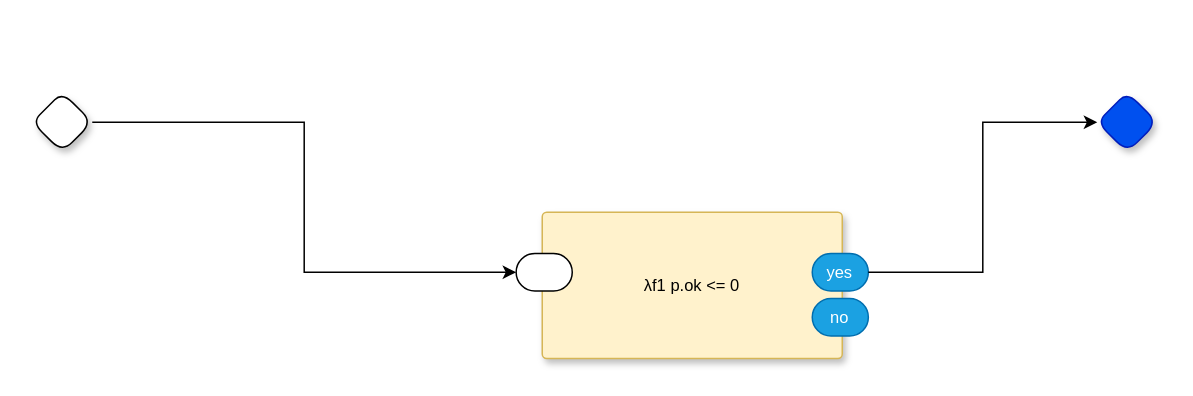
Above: small-test.drawio in guitarvydas/gen0d (draw.io), before the change. Source tidied: cells renumbered, new cells numbered last; positions are measured from the earlier drawing's top-left corner, leaving out a move shared by most shapes. Both pictures are drawn from the tidied source at 150%, with x=0, y=0 at pixel (32, 92).
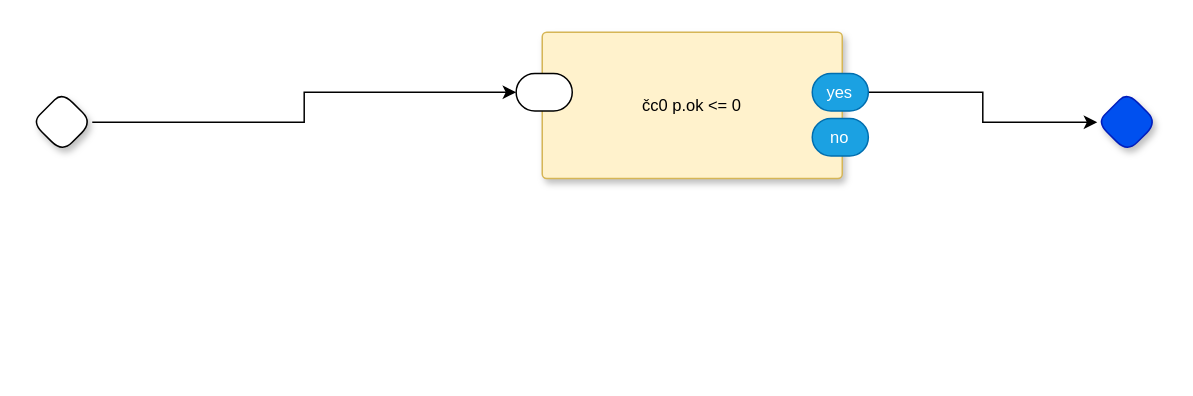
After the change.

Diff of the diagram source:
```diff
@@
 <mxGraphModel>
   <root>
     <mxCell id="0" />
     <mxCell id="1" parent="0" />
     <mxCell id="2" style="rhombus;whiteSpace=wrap;html=1;rounded=1;fontStyle=1;glass=0;sketch=0;fontSize=12;points=[[0,0.5,0,0,0],[0.5,0,0,0,0],[0.5,1,0,0,0],[1,0.5,0,0,0]];shadow=1;fontFamily=Helvetica;fontColor=default;" parent="1" vertex="1">
       <mxGeometry width="40" height="40" as="geometry" />
     </mxCell>
     <mxCell id="3" style="edgeStyle=orthogonalEdgeStyle;rounded=0;jettySize=auto;html=1;entryX=0;entryY=0.5;entryDx=0;entryDy=0;entryPerimeter=0;" parent="1" edge="1" source="2" target="6">
       <mxGeometry relative="1" as="geometry" />
     </mxCell>
     <mxCell id="4" style="rhombus;whiteSpace=wrap;html=1;rounded=1;fontStyle=1;glass=0;sketch=0;fontSize=12;points=[[0,0.5,0,0,0],[0.5,0,0,0,0],[0.5,1,0,0,0],[1,0.5,0,0,0]];shadow=1;fillColor=#0050ef;fontColor=#ffffff;strokeColor=#001DBC;fontFamily=Helvetica;" parent="1" vertex="1">
       <mxGeometry x="710" width="40" height="40" as="geometry" />
     </mxCell>
-    <mxCell id="5" value="λf1 p.ok &lt;= 0" style="rounded=1;sketch=0;verticalAlign=middle;arcSize=6;fontStyle=0;absoluteArcSize=1;shadow=1;strokeColor=#d6b656;fillColor=#fff2cc;fontFamily=Helvetica;fontSize=11;align=center;spacingLeft=0;" parent="1" vertex="1">
-      <mxGeometry x="340" y="80" width="200" height="97.5" as="geometry" />
-    </mxCell>
+    <mxCell id="9" style="edgeStyle=orthogonalEdgeStyle;rounded=0;jettySize=auto;html=1;entryX=0;entryY=0.5;entryDx=0;entryDy=0;entryPerimeter=0;exitX=1;exitY=0.5;exitDx=0;exitDy=0;exitPerimeter=0;" parent="1" edge="1" source="7" target="4">
+      <mxGeometry relative="1" as="geometry" />
+    </mxCell>
+    <mxCell id="10" value="čc0 p.ok &lt;= 0" style="rounded=1;sketch=0;verticalAlign=middle;arcSize=6;fontStyle=0;absoluteArcSize=1;shadow=1;strokeColor=#d6b656;fillColor=#fff2cc;fontFamily=Helvetica;fontSize=11;align=center;spacingLeft=0;" parent="1" vertex="1">
+      <mxGeometry x="340" y="-40" width="200" height="97.5" as="geometry" />
+    </mxCell>
-    <mxCell id="6" style="rounded=1;whiteSpace=wrap;html=1;sketch=0;points=[[0,0.5,0,0,0],[1,0.5,0,0,0]];arcSize=50;fontFamily=Helvetica;fontSize=11;fontColor=default;" parent="5" vertex="1">
+    <mxCell id="6" style="rounded=1;whiteSpace=wrap;html=1;sketch=0;points=[[0,0.5,0,0,0],[1,0.5,0,0,0]];arcSize=50;fontFamily=Helvetica;fontSize=11;fontColor=default;" parent="10" vertex="1">
       <mxGeometry x="-17.4" y="27.5" width="37.4" height="25" as="geometry" />
     </mxCell>
-    <mxCell id="7" value="yes" style="rounded=1;whiteSpace=wrap;html=1;sketch=0;points=[[0,0.5,0,0,0],[1,0.5,0,0,0]];fillColor=#1ba1e2;fontColor=#ffffff;strokeColor=#006EAF;arcSize=50;fontFamily=Helvetica;fontSize=11;" parent="5" vertex="1">
+    <mxCell id="7" value="yes" style="rounded=1;whiteSpace=wrap;html=1;sketch=0;points=[[0,0.5,0,0,0],[1,0.5,0,0,0]];fillColor=#1ba1e2;fontColor=#ffffff;strokeColor=#006EAF;arcSize=50;fontFamily=Helvetica;fontSize=11;" parent="10" vertex="1">
       <mxGeometry x="180" y="27.5" width="37.4" height="25" as="geometry" />
     </mxCell>
-    <mxCell id="8" value="no" style="rounded=1;whiteSpace=wrap;html=1;sketch=0;fillColor=#1ba1e2;fontColor=#ffffff;strokeColor=#006EAF;arcSize=50;fontFamily=Helvetica;fontSize=11;" parent="5" vertex="1">
+    <mxCell id="8" value="no" style="rounded=1;whiteSpace=wrap;html=1;sketch=0;fillColor=#1ba1e2;fontColor=#ffffff;strokeColor=#006EAF;arcSize=50;fontFamily=Helvetica;fontSize=11;" parent="10" vertex="1">
       <mxGeometry x="180" y="57.5" width="37.4" height="25" as="geometry" />
     </mxCell>
-    <mxCell id="9" style="edgeStyle=orthogonalEdgeStyle;rounded=0;jettySize=auto;html=1;exitX=1;exitY=0.5;exitDx=0;exitDy=0;exitPerimeter=0;entryX=0;entryY=0.5;entryDx=0;entryDy=0;entryPerimeter=0;" parent="1" edge="1" source="7" target="4">
-      <mxGeometry relative="1" as="geometry" />
-    </mxCell>
   </root>
 </mxGraphModel>
```
